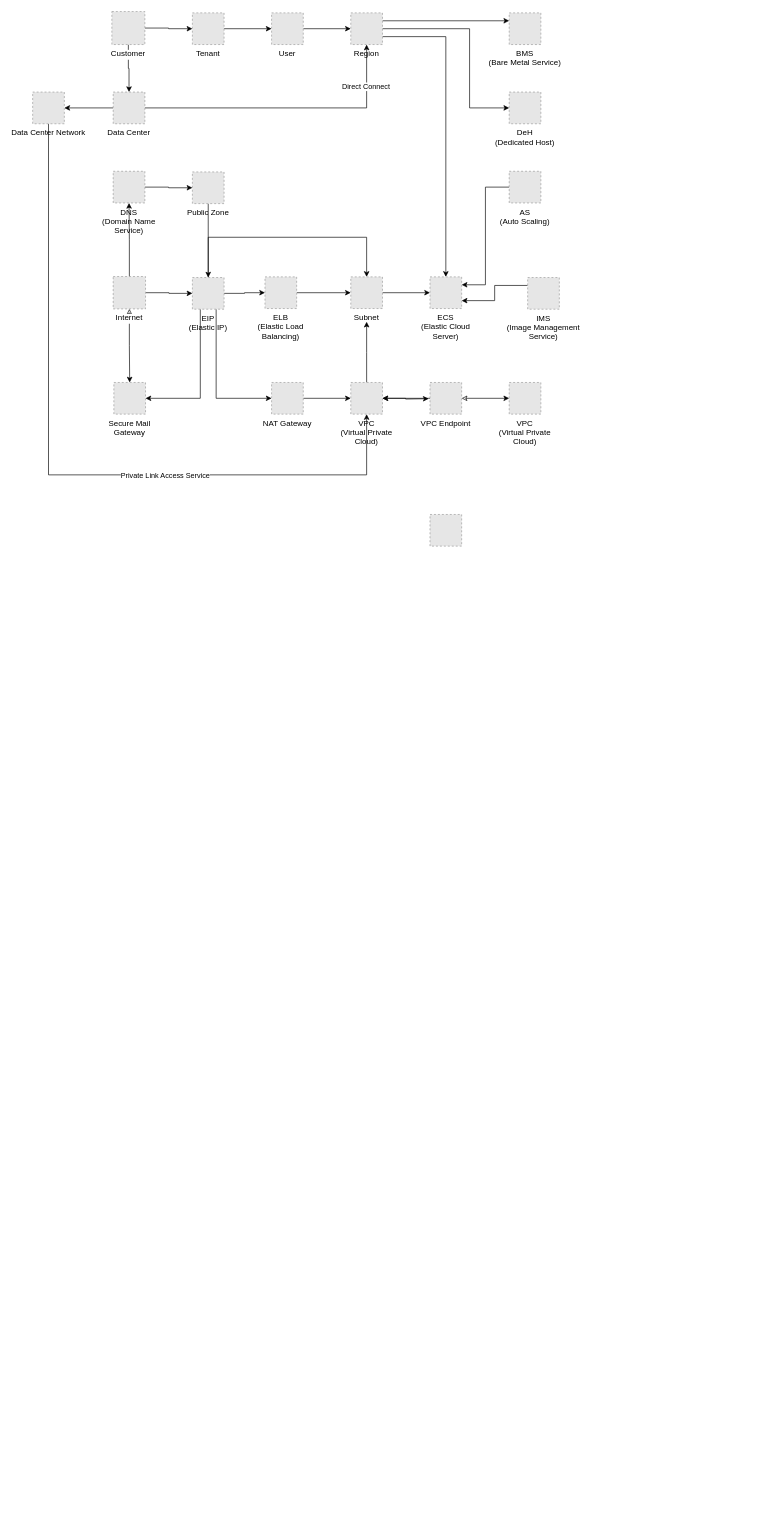
The draw.io diagram Komponenten.drawio in themue/OTC, before the edit. Source tidied: cells renumbered, new cells numbered last; positions are measured from the earlier drawing's top-left corner, leaving out a move shared by most shapes. Both pictures are drawn from the tidied source at 66%, with x=0, y=0 at pixel (32, 11). Pictures stored in the file or linked from it are replaced by grey dashed boxes.
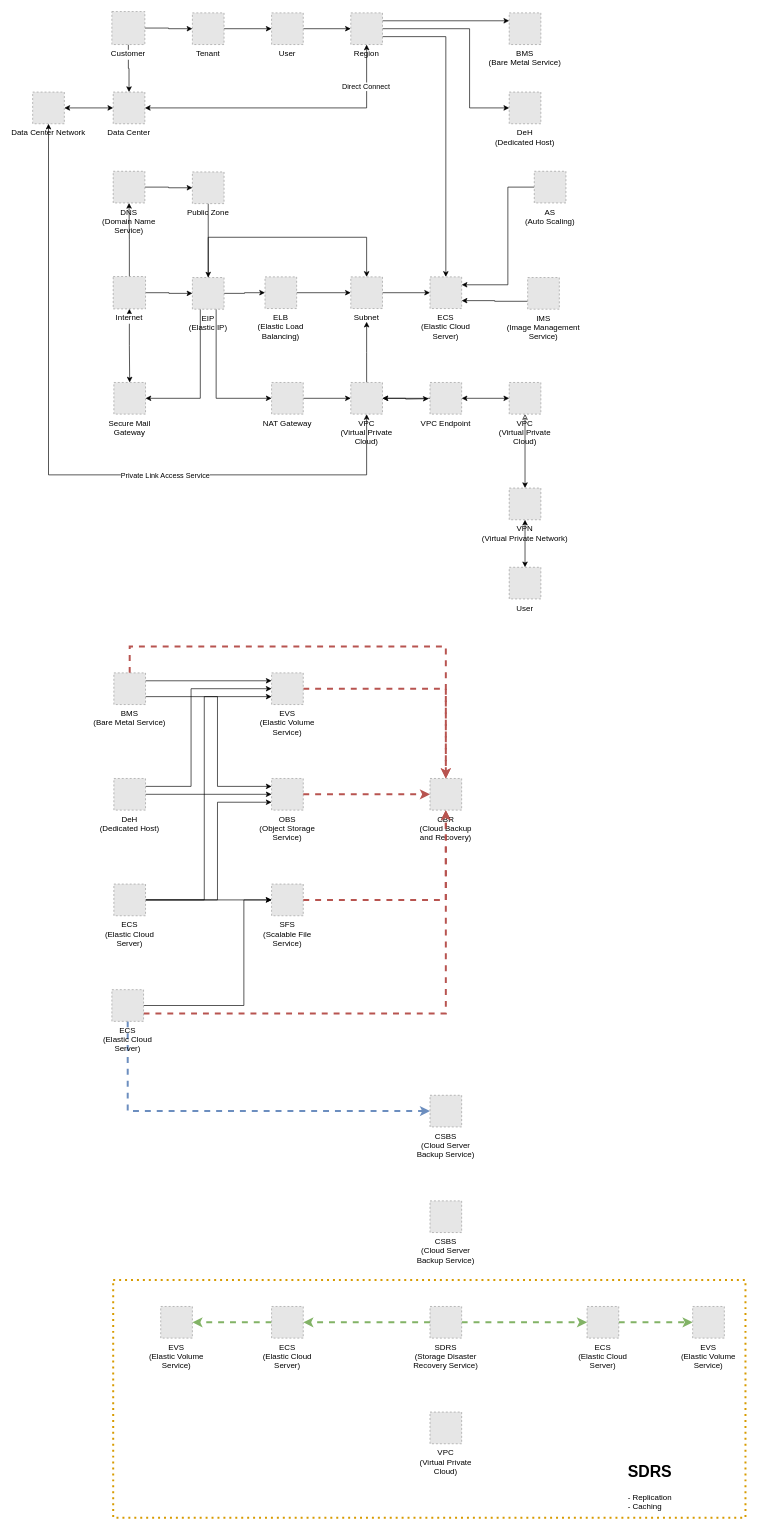
The same diagram, later.

Commit message:
Storage hinzugefügt

Unchanged cells that the change refers to:
```xml
<mxCell id="5" value="Internet" style="fillColor=#E6E6E6;strokeColor=#999999;dashed=1;verticalLabelPosition=bottom;verticalAlign=top;labelBackgroundColor=#ffffff;" parent="1" vertex="1">
  <mxGeometry x="122" y="401.5" width="49" height="49" as="geometry" />
</mxCell>
<mxCell id="19" value="IMS&#10;(Image Management&#10;Service)" style="fillColor=#E6E6E6;strokeColor=#999999;dashed=1;verticalLabelPosition=bottom;verticalAlign=top;" parent="1" vertex="1">
  <mxGeometry x="750" y="403" width="48" height="48" as="geometry" />
</mxCell>
<mxCell id="32" value="Data Center" style="fillColor=#E6E6E6;strokeColor=#999999;dashed=1;verticalLabelPosition=bottom;verticalAlign=top;" parent="1" vertex="1">
  <mxGeometry x="122" y="122" width="48" height="48" as="geometry" />
</mxCell>
<mxCell id="35" value="Region" style="fillColor=#E6E6E6;strokeColor=#999999;dashed=1;verticalLabelPosition=bottom;verticalAlign=top;" parent="1" vertex="1">
  <mxGeometry x="482" y="2" width="48" height="48" as="geometry" />
</mxCell>
<mxCell id="36" value="ECS&#10;(Elastic Cloud&#10;Server)" style="fillColor=#E6E6E6;strokeColor=#999999;dashed=1;verticalLabelPosition=bottom;verticalAlign=top;" parent="1" vertex="1">
  <mxGeometry x="602" y="402" width="48" height="48" as="geometry" />
</mxCell>
<mxCell id="43" value="VPC&#10;(Virtual Private&#10;Cloud)" style="fillColor=#E6E6E6;strokeColor=#999999;dashed=1;verticalLabelPosition=bottom;verticalAlign=top;" parent="1" vertex="1">
  <mxGeometry x="482" y="562" width="48" height="48" as="geometry" />
</mxCell>
<mxCell id="48" value="Data Center Network" style="fillColor=#E6E6E6;strokeColor=#999999;dashed=1;verticalLabelPosition=bottom;verticalAlign=top;" parent="1" vertex="1">
  <mxGeometry y="122" width="48" height="48" as="geometry" />
</mxCell>
<mxCell id="49" value="Secure Mail&#10;Gateway" style="fillColor=#E6E6E6;strokeColor=#999999;dashed=1;verticalLabelPosition=bottom;verticalAlign=top;" parent="1" vertex="1">
  <mxGeometry x="123" y="562" width="48" height="48" as="geometry" />
</mxCell>
<mxCell id="53" value="VPC Endpoint" style="fillColor=#E6E6E6;strokeColor=#999999;dashed=1;verticalLabelPosition=bottom;verticalAlign=top;" parent="1" vertex="1">
  <mxGeometry x="602" y="562" width="48" height="48" as="geometry" />
</mxCell>
<mxCell id="54" value="VPC&#10;(Virtual Private&#10;Cloud)" style="fillColor=#E6E6E6;strokeColor=#999999;dashed=1;verticalLabelPosition=bottom;verticalAlign=top;" parent="1" vertex="1">
  <mxGeometry x="722" y="562" width="48" height="48" as="geometry" />
</mxCell>
```

Diff of the diagram source:
```diff
@@
-    <mxCell id="4" style="edgeStyle=orthogonalEdgeStyle;rounded=0;jettySize=auto;html=1;exitX=0.5;exitY=1;exitDx=0;exitDy=0;entryX=0.5;entryY=0;entryDx=0;entryDy=0;startArrow=classic;startFill=0;" parent="1" edge="1" source="5" target="49">
+    <mxCell id="4" style="edgeStyle=orthogonalEdgeStyle;rounded=0;jettySize=auto;html=1;exitX=0.5;exitY=1;exitDx=0;exitDy=0;entryX=0.5;entryY=0;entryDx=0;entryDy=0;startArrow=classic;startFill=1;" parent="1" edge="1" source="5" target="49">
       <mxGeometry relative="1" as="geometry" />
     </mxCell>
@@
     <mxCell id="14" style="edgeStyle=orthogonalEdgeStyle;rounded=0;jettySize=auto;html=1;exitX=0;exitY=0.5;exitDx=0;exitDy=0;entryX=1;entryY=0.25;entryDx=0;entryDy=0;" parent="1" edge="1" source="15" target="36">
-      <mxGeometry relative="1" as="geometry" />
+      <mxGeometry relative="1" as="geometry">
+        <Array as="points">
+          <mxPoint x="720" y="266" />
+          <mxPoint x="720" y="414" />
+        </Array>
+      </mxGeometry>
     </mxCell>
     <mxCell id="15" value="AS&#10;(Auto Scaling)" style="fillColor=#E6E6E6;strokeColor=#999999;dashed=1;verticalLabelPosition=bottom;verticalAlign=top;" parent="1" vertex="1">
-      <mxGeometry x="722" y="242" width="48" height="48" as="geometry" />
+      <mxGeometry x="760" y="242" width="48" height="48" as="geometry" />
     </mxCell>
@@
-    <mxCell id="18" style="edgeStyle=orthogonalEdgeStyle;rounded=0;jettySize=auto;html=1;exitX=0;exitY=0.25;exitDx=0;exitDy=0;entryX=1;entryY=0.75;entryDx=0;entryDy=0;" parent="1" edge="1" source="19" target="36">
+    <mxCell id="18" style="edgeStyle=orthogonalEdgeStyle;rounded=0;jettySize=auto;html=1;exitX=0;exitY=0.75;exitDx=0;exitDy=0;entryX=1;entryY=0.75;entryDx=0;entryDy=0;" parent="1" edge="1" source="19" target="36">
       <mxGeometry relative="1" as="geometry" />
     </mxCell>
@@
-    <mxCell id="29" style="edgeStyle=orthogonalEdgeStyle;rounded=0;jettySize=auto;html=1;exitX=1;exitY=0.5;exitDx=0;exitDy=0;entryX=0.5;entryY=1;entryDx=0;entryDy=0;" parent="1" edge="1" source="32" target="35">
+    <mxCell id="29" style="edgeStyle=orthogonalEdgeStyle;rounded=0;jettySize=auto;html=1;exitX=1;exitY=0.5;exitDx=0;exitDy=0;entryX=0.5;entryY=1;entryDx=0;entryDy=0;startArrow=classic;startFill=1;" parent="1" edge="1" source="32" target="35">
       <mxGeometry relative="1" as="geometry" />
     </mxCell>
@@
-    <mxCell id="31" style="edgeStyle=orthogonalEdgeStyle;rounded=0;jettySize=auto;html=1;exitX=0;exitY=0.5;exitDx=0;exitDy=0;entryX=1;entryY=0.5;entryDx=0;entryDy=0;" parent="1" edge="1" source="32" target="48">
+    <mxCell id="31" style="edgeStyle=orthogonalEdgeStyle;rounded=0;jettySize=auto;html=1;exitX=0;exitY=0.5;exitDx=0;exitDy=0;entryX=1;entryY=0.5;entryDx=0;entryDy=0;startArrow=classic;startFill=1;" parent="1" edge="1" source="32" target="48">
       <mxGeometry relative="1" as="geometry" />
     </mxCell>
@@
-    <mxCell id="46" style="edgeStyle=orthogonalEdgeStyle;rounded=0;jettySize=auto;html=1;exitX=0.5;exitY=1;exitDx=0;exitDy=0;entryX=0.5;entryY=1;entryDx=0;entryDy=0;" parent="1" edge="1" source="48" target="43">
+    <mxCell id="46" style="edgeStyle=orthogonalEdgeStyle;rounded=0;jettySize=auto;html=1;exitX=0.5;exitY=1;exitDx=0;exitDy=0;entryX=0.5;entryY=1;entryDx=0;entryDy=0;startArrow=classic;startFill=1;" parent="1" edge="1" source="48" target="43">
       <mxGeometry relative="1" as="geometry">
         <Array as="points">
           <mxPoint x="24" y="702" />
           <mxPoint x="506" y="702" />
         </Array>
       </mxGeometry>
     </mxCell>
@@
+    <mxCell id="55" style="edgeStyle=orthogonalEdgeStyle;rounded=0;jettySize=auto;html=1;exitX=1;exitY=0.5;exitDx=0;exitDy=0;entryX=0.5;entryY=0;entryDx=0;entryDy=0;fillColor=#f8cecc;strokeColor=#b85450;strokeWidth=3;dashed=1;" parent="1" edge="1" source="50" target="76">
+      <mxGeometry relative="1" as="geometry" />
+    </mxCell>
-    <mxCell id="50" style="fillColor=#E6E6E6;strokeColor=#999999;dashed=1;verticalLabelPosition=bottom;verticalAlign=top;" parent="1" vertex="1">
-      <mxGeometry x="602" y="762" width="48" height="48" as="geometry" />
+    <mxCell id="50" value="EVS&#10;(Elastic Volume&#10;Service)" style="fillColor=#E6E6E6;strokeColor=#999999;dashed=1;verticalLabelPosition=bottom;verticalAlign=top;" parent="1" vertex="1">
+      <mxGeometry x="362" y="1002" width="48" height="48" as="geometry" />
     </mxCell>
@@
-    <mxCell id="52" style="edgeStyle=orthogonalEdgeStyle;rounded=0;jettySize=auto;html=1;exitX=1;exitY=0.5;exitDx=0;exitDy=0;entryX=0;entryY=0.5;entryDx=0;entryDy=0;startArrow=classic;startFill=0;" parent="1" edge="1" source="53" target="54">
+    <mxCell id="52" style="edgeStyle=orthogonalEdgeStyle;rounded=0;jettySize=auto;html=1;exitX=1;exitY=0.5;exitDx=0;exitDy=0;entryX=0;entryY=0.5;entryDx=0;entryDy=0;startArrow=classic;startFill=1;" parent="1" edge="1" source="53" target="54">
       <mxGeometry relative="1" as="geometry" />
     </mxCell>
@@
+    <mxCell id="56" style="edgeStyle=orthogonalEdgeStyle;rounded=0;jettySize=auto;html=1;exitX=0.5;exitY=0;exitDx=0;exitDy=0;entryX=0.5;entryY=1;entryDx=0;entryDy=0;startArrow=classic;startFill=1;" parent="1" edge="1" source="57" target="59">
+      <mxGeometry relative="1" as="geometry" />
+    </mxCell>
+    <mxCell id="57" value="User" style="fillColor=#E6E6E6;strokeColor=#999999;dashed=1;verticalLabelPosition=bottom;verticalAlign=top;" parent="1" vertex="1">
+      <mxGeometry x="722" y="842" width="48" height="48" as="geometry" />
+    </mxCell>
+    <mxCell id="58" style="edgeStyle=orthogonalEdgeStyle;rounded=0;jettySize=auto;html=1;exitX=0.5;exitY=0;exitDx=0;exitDy=0;startArrow=classic;startFill=1;endArrow=classic;endFill=0;" parent="1" edge="1" source="59" target="54">
+      <mxGeometry relative="1" as="geometry" />
+    </mxCell>
+    <mxCell id="59" value="VPN&#10;(Virtual Private Network)" style="fillColor=#E6E6E6;strokeColor=#999999;dashed=1;verticalLabelPosition=bottom;verticalAlign=top;" parent="1" vertex="1">
+      <mxGeometry x="722" y="722" width="48" height="48" as="geometry" />
+    </mxCell>
+    <mxCell id="60" style="edgeStyle=orthogonalEdgeStyle;rounded=0;jettySize=auto;html=1;exitX=1;exitY=0.25;exitDx=0;exitDy=0;entryX=0;entryY=0.25;entryDx=0;entryDy=0;" parent="1" edge="1" source="62" target="50">
+      <mxGeometry relative="1" as="geometry" />
+    </mxCell>
+    <mxCell id="61" style="edgeStyle=orthogonalEdgeStyle;rounded=0;jettySize=auto;html=1;exitX=1;exitY=0.75;exitDx=0;exitDy=0;entryX=0;entryY=0.25;entryDx=0;entryDy=0;" parent="1" edge="1" source="62" target="70">
+      <mxGeometry relative="1" as="geometry">
+        <Array as="points">
+          <mxPoint x="280" y="1038" />
+          <mxPoint x="280" y="1174" />
+        </Array>
+      </mxGeometry>
+    </mxCell>
+    <mxCell id="62" value="BMS&#10;(Bare Metal Service)" style="fillColor=#E6E6E6;strokeColor=#999999;dashed=1;verticalLabelPosition=bottom;verticalAlign=top;" parent="1" vertex="1">
+      <mxGeometry x="123" y="1002" width="48" height="48" as="geometry" />
+    </mxCell>
+    <mxCell id="63" style="edgeStyle=orthogonalEdgeStyle;rounded=0;jettySize=auto;html=1;exitX=1;exitY=0.25;exitDx=0;exitDy=0;entryX=0;entryY=0.5;entryDx=0;entryDy=0;" parent="1" edge="1" source="65" target="50">
+      <mxGeometry relative="1" as="geometry">
+        <Array as="points">
+          <mxPoint x="240" y="1174" />
+          <mxPoint x="240" y="1026" />
+        </Array>
+      </mxGeometry>
+    </mxCell>
+    <mxCell id="64" style="edgeStyle=orthogonalEdgeStyle;rounded=0;jettySize=auto;html=1;exitX=1;exitY=0.5;exitDx=0;exitDy=0;entryX=0;entryY=0.5;entryDx=0;entryDy=0;" parent="1" edge="1" source="65" target="70">
+      <mxGeometry relative="1" as="geometry" />
+    </mxCell>
+    <mxCell id="65" value="DeH&#10;(Dedicated Host)" style="fillColor=#E6E6E6;strokeColor=#999999;dashed=1;verticalLabelPosition=bottom;verticalAlign=top;" parent="1" vertex="1">
+      <mxGeometry x="123" y="1162" width="48" height="48" as="geometry" />
+    </mxCell>
+    <mxCell id="66" style="edgeStyle=orthogonalEdgeStyle;rounded=0;jettySize=auto;html=1;exitX=1;exitY=0.5;exitDx=0;exitDy=0;entryX=0;entryY=0.5;entryDx=0;entryDy=0;" parent="1" edge="1" source="69" target="71">
+      <mxGeometry relative="1" as="geometry" />
+    </mxCell>
+    <mxCell id="67" style="edgeStyle=orthogonalEdgeStyle;rounded=0;jettySize=auto;html=1;exitX=1;exitY=0.5;exitDx=0;exitDy=0;entryX=0;entryY=0.75;entryDx=0;entryDy=0;" parent="1" edge="1" source="69" target="70">
+      <mxGeometry relative="1" as="geometry">
+        <Array as="points">
+          <mxPoint x="280" y="1346" />
+          <mxPoint x="280" y="1198" />
+        </Array>
+      </mxGeometry>
+    </mxCell>
+    <mxCell id="68" style="edgeStyle=orthogonalEdgeStyle;rounded=0;jettySize=auto;html=1;exitX=1;exitY=0.5;exitDx=0;exitDy=0;entryX=0;entryY=0.75;entryDx=0;entryDy=0;" parent="1" edge="1" source="69" target="50">
+      <mxGeometry relative="1" as="geometry">
+        <Array as="points">
+          <mxPoint x="260" y="1346" />
+          <mxPoint x="260" y="1038" />
+        </Array>
+      </mxGeometry>
+    </mxCell>
+    <mxCell id="69" value="ECS&#10;(Elastic Cloud&#10;Server)" style="fillColor=#E6E6E6;strokeColor=#999999;dashed=1;verticalLabelPosition=bottom;verticalAlign=top;" parent="1" vertex="1">
+      <mxGeometry x="123" y="1322" width="48" height="48" as="geometry" />
+    </mxCell>
+    <mxCell id="70" value="OBS&#10;(Object Storage&#10;Service)" style="fillColor=#E6E6E6;strokeColor=#999999;dashed=1;verticalLabelPosition=bottom;verticalAlign=top;" parent="1" vertex="1">
+      <mxGeometry x="362" y="1162" width="48" height="48" as="geometry" />
+    </mxCell>
+    <mxCell id="71" value="SFS&#10;(Scalable File&#10;Service)" style="fillColor=#E6E6E6;strokeColor=#999999;dashed=1;verticalLabelPosition=bottom;verticalAlign=top;" parent="1" vertex="1">
+      <mxGeometry x="362" y="1322" width="48" height="48" as="geometry" />
+    </mxCell>
+    <mxCell id="72" style="edgeStyle=orthogonalEdgeStyle;rounded=0;jettySize=auto;html=1;exitX=1;exitY=0.5;exitDx=0;exitDy=0;entryX=0;entryY=0.5;entryDx=0;entryDy=0;" parent="1" edge="1" source="75" target="71">
+      <mxGeometry relative="1" as="geometry">
+        <Array as="points">
+          <mxPoint x="320" y="1506" />
+          <mxPoint x="320" y="1346" />
+        </Array>
+      </mxGeometry>
+    </mxCell>
+    <mxCell id="73" style="edgeStyle=orthogonalEdgeStyle;rounded=0;jettySize=auto;html=1;exitX=1;exitY=0.75;exitDx=0;exitDy=0;dashed=1;strokeWidth=3;fillColor=#f8cecc;strokeColor=#b85450;" parent="1" edge="1" source="75" target="76">
+      <mxGeometry relative="1" as="geometry" />
+    </mxCell>
+    <mxCell id="74" style="edgeStyle=orthogonalEdgeStyle;rounded=0;jettySize=auto;html=1;exitX=0.5;exitY=1;exitDx=0;exitDy=0;entryX=0;entryY=0.5;entryDx=0;entryDy=0;dashed=1;fillColor=#dae8fc;strokeColor=#6c8ebf;strokeWidth=3;" parent="1" edge="1" source="75" target="80">
+      <mxGeometry relative="1" as="geometry" />
+    </mxCell>
+    <mxCell id="75" value="ECS&#10;(Elastic Cloud&#10;Server)" style="fillColor=#E6E6E6;strokeColor=#999999;dashed=1;verticalLabelPosition=bottom;verticalAlign=top;" parent="1" vertex="1">
+      <mxGeometry x="120" y="1482" width="48" height="48" as="geometry" />
+    </mxCell>
+    <mxCell id="76" value="CBR&#10;(Cloud Backup&#10;and Recovery)" style="fillColor=#E6E6E6;strokeColor=#999999;dashed=1;verticalLabelPosition=bottom;verticalAlign=top;" parent="1" vertex="1">
+      <mxGeometry x="602" y="1162" width="48" height="48" as="geometry" />
+    </mxCell>
+    <mxCell id="77" style="edgeStyle=orthogonalEdgeStyle;rounded=0;jettySize=auto;html=1;exitX=1;exitY=0.5;exitDx=0;exitDy=0;entryX=0;entryY=0.5;entryDx=0;entryDy=0;fillColor=#f8cecc;strokeColor=#b85450;strokeWidth=3;dashed=1;" parent="1" edge="1" source="70" target="76">
+      <mxGeometry relative="1" as="geometry" />
+    </mxCell>
+    <mxCell id="78" style="edgeStyle=orthogonalEdgeStyle;rounded=0;jettySize=auto;html=1;exitX=1;exitY=0.5;exitDx=0;exitDy=0;entryX=0.5;entryY=1;entryDx=0;entryDy=0;fillColor=#f8cecc;strokeColor=#b85450;strokeWidth=3;dashed=1;" parent="1" edge="1" source="71" target="76">
+      <mxGeometry relative="1" as="geometry" />
+    </mxCell>
+    <mxCell id="79" style="edgeStyle=orthogonalEdgeStyle;rounded=0;jettySize=auto;html=1;exitX=0.5;exitY=0;exitDx=0;exitDy=0;entryX=0.5;entryY=0;entryDx=0;entryDy=0;fillColor=#f8cecc;strokeColor=#b85450;strokeWidth=3;dashed=1;" parent="1" edge="1" source="62" target="76">
+      <mxGeometry relative="1" as="geometry">
+        <Array as="points">
+          <mxPoint x="147" y="962" />
+          <mxPoint x="626" y="962" />
+        </Array>
+      </mxGeometry>
+    </mxCell>
+    <mxCell id="80" value="CSBS&#10;(Cloud Server&#10;Backup Service)" style="fillColor=#E6E6E6;strokeColor=#999999;dashed=1;verticalLabelPosition=bottom;verticalAlign=top;" parent="1" vertex="1">
+      <mxGeometry x="602" y="1642" width="48" height="48" as="geometry" />
+    </mxCell>
+    <mxCell id="81" value="CSBS&#10;(Cloud Server&#10;Backup Service)" style="fillColor=#E6E6E6;strokeColor=#999999;dashed=1;verticalLabelPosition=bottom;verticalAlign=top;" parent="1" vertex="1">
+      <mxGeometry x="602" y="1802" width="48" height="48" as="geometry" />
+    </mxCell>
+    <mxCell id="82" style="edgeStyle=orthogonalEdgeStyle;rounded=0;jettySize=auto;html=1;exitX=0;exitY=0.5;exitDx=0;exitDy=0;entryX=1;entryY=0.5;entryDx=0;entryDy=0;fillColor=#d5e8d4;strokeColor=#82b366;dashed=1;strokeWidth=3;" parent="1" edge="1" source="84" target="87">
+      <mxGeometry relative="1" as="geometry" />
+    </mxCell>
+    <mxCell id="83" style="edgeStyle=orthogonalEdgeStyle;rounded=0;jettySize=auto;html=1;exitX=1;exitY=0.5;exitDx=0;exitDy=0;entryX=0;entryY=0.5;entryDx=0;entryDy=0;fillColor=#d5e8d4;strokeColor=#82b366;dashed=1;strokeWidth=3;" parent="1" edge="1" source="84" target="89">
+      <mxGeometry relative="1" as="geometry" />
+    </mxCell>
+    <mxCell id="84" value="SDRS&#10;(Storage Disaster&#10;Recovery Service)" style="fillColor=#E6E6E6;strokeColor=#999999;dashed=1;verticalLabelPosition=bottom;verticalAlign=top;" parent="1" vertex="1">
+      <mxGeometry x="602" y="1962" width="48" height="48" as="geometry" />
+    </mxCell>
+    <mxCell id="85" value="VPC&#10;(Virtual Private&#10;Cloud)" style="fillColor=#E6E6E6;strokeColor=#999999;dashed=1;verticalLabelPosition=bottom;verticalAlign=top;" parent="1" vertex="1">
+      <mxGeometry x="602" y="2122" width="48" height="48" as="geometry" />
+    </mxCell>
+    <mxCell id="86" style="edgeStyle=orthogonalEdgeStyle;rounded=0;jettySize=auto;html=1;exitX=0;exitY=0.5;exitDx=0;exitDy=0;strokeWidth=3;dashed=1;fillColor=#d5e8d4;strokeColor=#82b366;" parent="1" edge="1" source="87" target="90">
+      <mxGeometry relative="1" as="geometry" />
+    </mxCell>
+    <mxCell id="87" value="ECS&#10;(Elastic Cloud&#10;Server)" style="fillColor=#E6E6E6;strokeColor=#999999;dashed=1;verticalLabelPosition=bottom;verticalAlign=top;" parent="1" vertex="1">
+      <mxGeometry x="362" y="1962" width="48" height="48" as="geometry" />
+    </mxCell>
+    <mxCell id="88" style="edgeStyle=orthogonalEdgeStyle;rounded=0;jettySize=auto;html=1;exitX=1;exitY=0.5;exitDx=0;exitDy=0;fillColor=#d5e8d4;strokeColor=#82b366;dashed=1;strokeWidth=3;" parent="1" edge="1" source="89" target="91">
+      <mxGeometry relative="1" as="geometry" />
+    </mxCell>
+    <mxCell id="89" value="ECS&#10;(Elastic Cloud&#10;Server)" style="fillColor=#E6E6E6;strokeColor=#999999;dashed=1;verticalLabelPosition=bottom;verticalAlign=top;" parent="1" vertex="1">
+      <mxGeometry x="840" y="1962" width="48" height="48" as="geometry" />
+    </mxCell>
+    <mxCell id="90" value="EVS&#10;(Elastic Volume&#10;Service)" style="fillColor=#E6E6E6;strokeColor=#999999;dashed=1;verticalLabelPosition=bottom;verticalAlign=top;" parent="1" vertex="1">
+      <mxGeometry x="194" y="1962" width="48" height="48" as="geometry" />
+    </mxCell>
+    <mxCell id="91" value="EVS&#10;(Elastic Volume&#10;Service)" style="fillColor=#E6E6E6;strokeColor=#999999;dashed=1;verticalLabelPosition=bottom;verticalAlign=top;" parent="1" vertex="1">
+      <mxGeometry x="1000" y="1962" width="48" height="48" as="geometry" />
+    </mxCell>
+    <mxCell id="92" style="rounded=0;whiteSpace=wrap;html=1;fillColor=none;dashed=1;dashPattern=1 2;strokeColor=#d79b00;strokeWidth=3;glass=0;" parent="1" vertex="1">
+      <mxGeometry x="122" y="1922" width="958" height="360" as="geometry" />
+    </mxCell>
+    <mxCell id="93" value="&lt;h1 style=&quot;margin-top: 0px;&quot;&gt;SDRS&lt;/h1&gt;&lt;div&gt;- Replication&lt;/div&gt;&lt;div&gt;- Caching&lt;/div&gt;" style="text;html=1;whiteSpace=wrap;overflow=hidden;rounded=0;" parent="1" vertex="1">
+      <mxGeometry x="900" y="2192" width="180" height="90" as="geometry" />
+    </mxCell>
```
